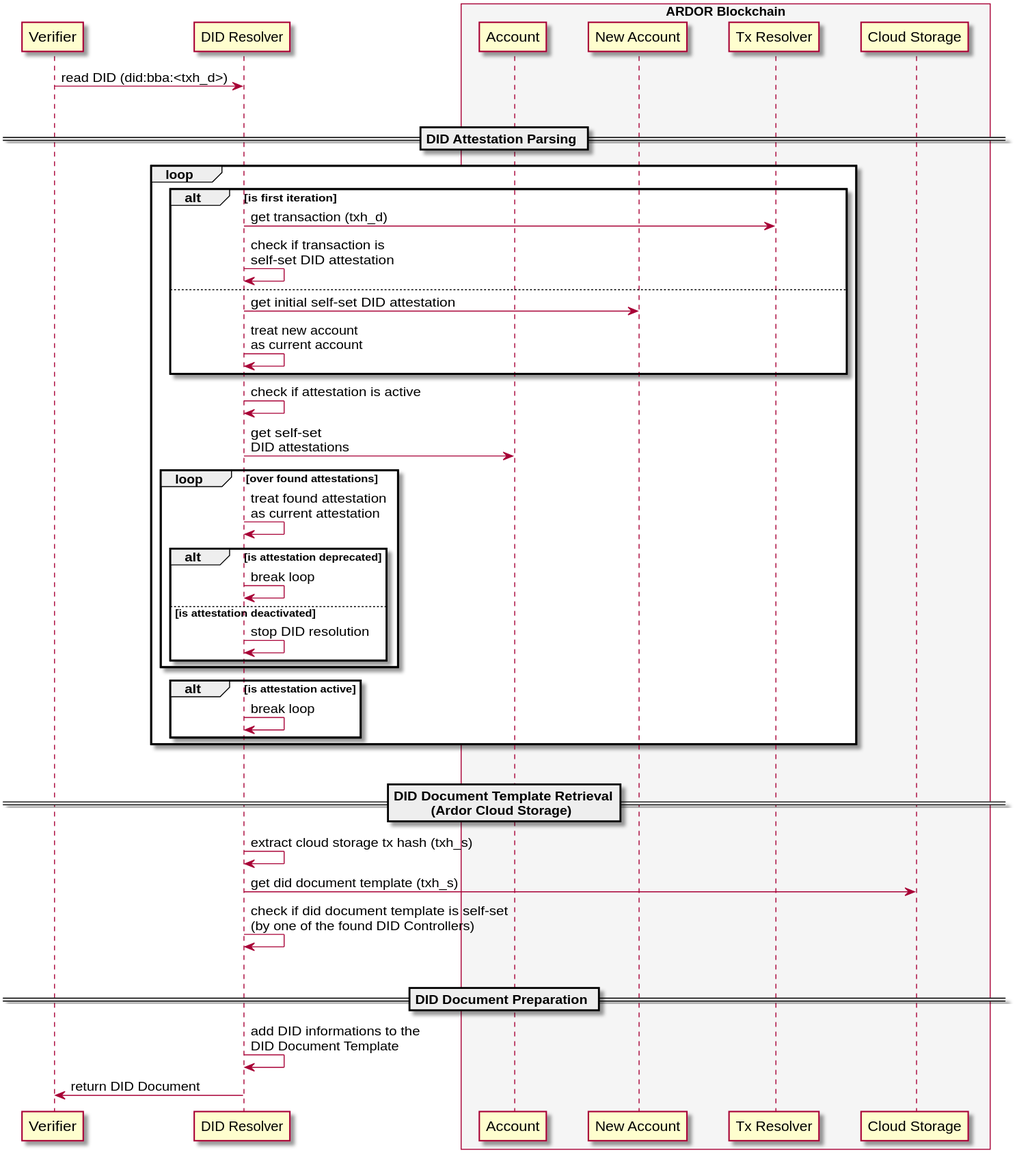
Above: docs/plantuml/out/did-resolve.svg in blobaa/bba-did-method-specification (PlantUML), before the change. Source of this version:
```plantuml
@startuml
skinparam BoxPadding 15
skinparam ParticipantPadding 15


participant "Verifier" as VER
participant "DID Resolver" as RES
box "ARDOR Blockchain" #WhiteSmoke
    participant "Account" as ATTE
    participant "New Account" as NATTE
    participant "Tx Resolver" as TXR
    participant "Cloud Storage" as STR
end box



VER -> RES: read DID (did:bba:<txh_d>)
|||


== DID Attestation Parsing ==

loop
    alt is first iteration
        RES -> TXR: get transaction (txh_d)
        RES -> RES: check if transaction is\nself-set DID attestation
    else
        RES -> NATTE: get initial self-set DID attestation
        RES -> RES: treat new account\nas current account
    end

    RES -> RES: check if attestation is active
    RES -> ATTE: get self-set\nDID attestations

    loop over found attestations
        RES -> RES: treat found attestation\nas current attestation
        alt is attestation deprecated
            RES -> RES: break loop
        else is attestation deactivated
            RES -> RES: stop DID resolution
        end
    end
    alt is attestation active
        RES -> RES: break loop
    end
end
|||


== DID Document Template Retrieval\n(Ardor Cloud Storage) ==

RES -> RES: extract cloud storage tx hash (txh_s)
RES -> STR: get did document template (txh_s)
RES -> RES: check if did document template is self-set\n(by one of the found DID Controllers)
|||


== DID Document Preparation ==

RES -> RES: add DID informations to the\nDID Document Template
RES -> VER: return DID Document


@enduml
```
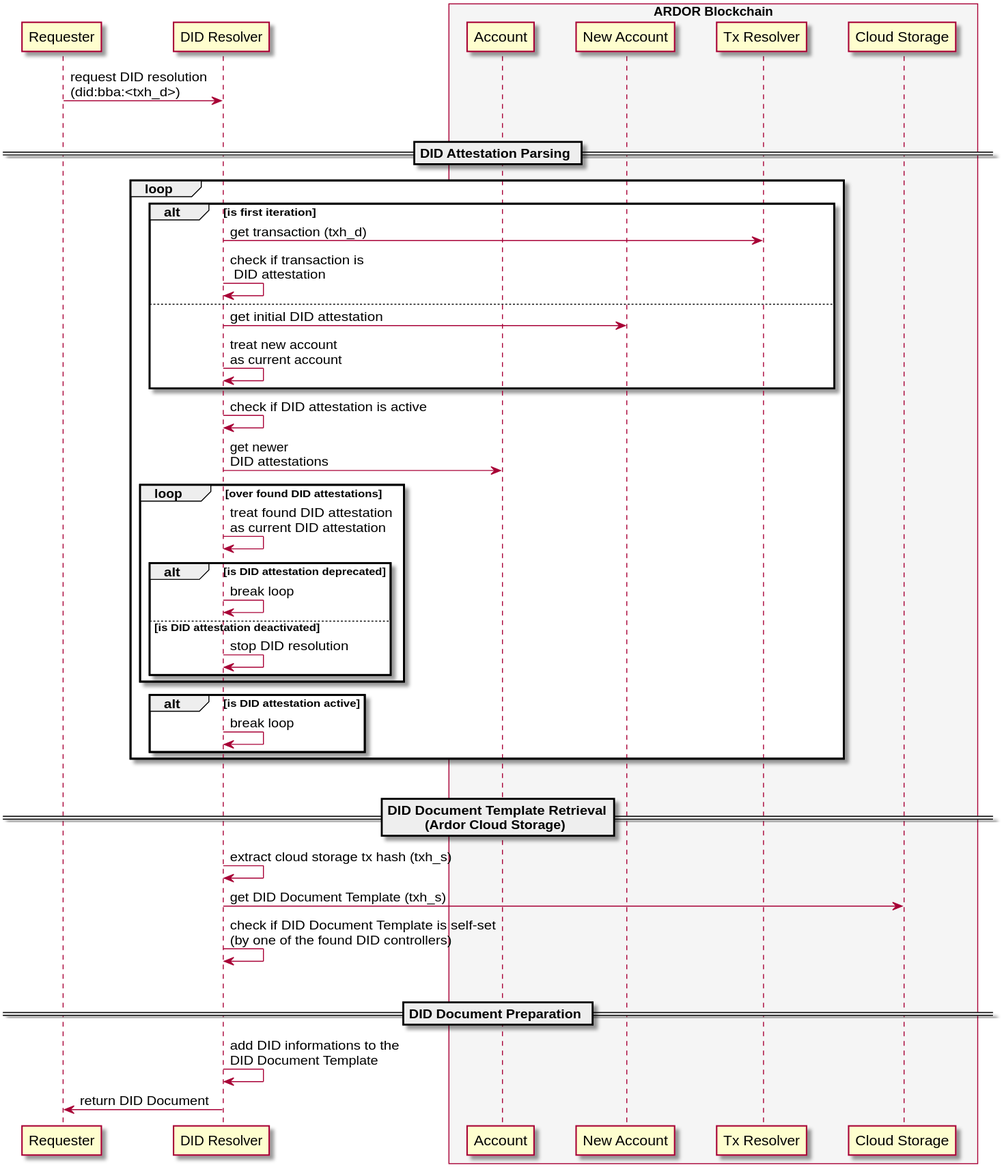
The same diagram one commit later.

Commit message:
iterated over the bba specification

What changed in the source:
```diff
@@ -3,7 +3,7 @@
 skinparam ParticipantPadding 15
 
 
-participant "Verifier" as VER
+participant "Requester" as REQ
 participant "DID Resolver" as RES
 box "ARDOR Blockchain" #WhiteSmoke
     participant "Account" as ATTE
@@ -14,7 +14,7 @@
 
 
 
-VER -> RES: read DID (did:bba:<txh_d>)
+REQ -> RES: request DID resolution\n(did:bba:<txh_d>)
 |||
 
 
@@ -23,24 +23,24 @@
 loop
     alt is first iteration
         RES -> TXR: get transaction (txh_d)
-        RES -> RES: check if transaction is\nself-set DID attestation
+        RES -> RES: check if transaction is\n DID attestation
     else
-        RES -> NATTE: get initial self-set DID attestation
+        RES -> NATTE: get initial DID attestation
         RES -> RES: treat new account\nas current account
     end
 
-    RES -> RES: check if attestation is active
-    RES -> ATTE: get self-set\nDID attestations
+    RES -> RES: check if DID attestation is active
+    RES -> ATTE: get newer \nDID attestations
 
-    loop over found attestations
-        RES -> RES: treat found attestation\nas current attestation
-        alt is attestation deprecated
+    loop over found DID attestations
+        RES -> RES: treat found DID attestation\nas current DID attestation
+        alt is DID attestation deprecated
             RES -> RES: break loop
-        else is attestation deactivated
+        else is DID attestation deactivated
             RES -> RES: stop DID resolution
         end
     end
-    alt is attestation active
+    alt is DID attestation active
         RES -> RES: break loop
     end
 end
@@ -50,15 +50,15 @@
 == DID Document Template Retrieval\n(Ardor Cloud Storage) ==
 
 RES -> RES: extract cloud storage tx hash (txh_s)
-RES -> STR: get did document template (txh_s)
-RES -> RES: check if did document template is self-set\n(by one of the found DID Controllers)
+RES -> STR: get DID Document Template (txh_s)
+RES -> RES: check if DID Document Template is self-set\n(by one of the found DID controllers)
 |||
 
 
 == DID Document Preparation ==
 
 RES -> RES: add DID informations to the\nDID Document Template
-RES -> VER: return DID Document
+RES -> REQ: return DID Document
 
 
 @enduml
```
